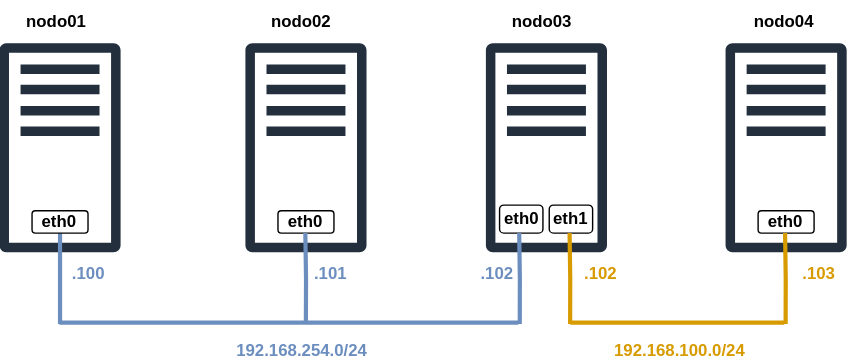
The draw.io diagram images/cms/n2x-io/web/blog/articles/linux-virtual-file-systems/network-topology.svg in n2x-io/assets, before a commit. Source tidied: cells renumbered, new cells last; positions are measured from the earlier drawing's top-left corner, leaving out a move shared by most shapes.
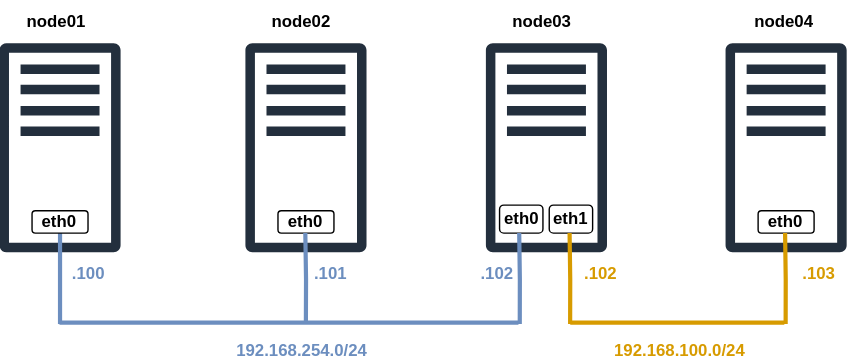
After the change.

Commit message:
fix: images linux-virtual-file-systems

What changed in the source:
```diff
@@ -13,7 +13,7 @@
     <mxCell id="4" value="&lt;b&gt;&lt;font&gt;eth0&lt;/font&gt;&lt;/b&gt;" style="rounded=1;whiteSpace=wrap;html=1;" parent="1" vertex="1">
       <mxGeometry x="23.4" y="150" width="40" height="16" as="geometry" />
     </mxCell>
-    <mxCell id="5" value="&lt;b&gt;&lt;font&gt;nodo01&lt;/font&gt;&lt;/b&gt;" style="text;html=1;align=center;verticalAlign=middle;whiteSpace=wrap;rounded=0;" parent="1" vertex="1">
+    <mxCell id="5" value="&lt;b&gt;&lt;font&gt;node01&lt;/font&gt;&lt;/b&gt;" style="text;html=1;align=center;verticalAlign=middle;whiteSpace=wrap;rounded=0;" parent="1" vertex="1">
       <mxGeometry x="10.5" width="60" height="30" as="geometry" />
     </mxCell>
     <mxCell id="6" style="sketch=0;fontColor=#232F3E;gradientColor=none;fillColor=#232F3D;strokeColor=none;dashed=0;verticalLabelPosition=bottom;verticalAlign=top;align=center;html=1;fontSize=12;fontStyle=0;shape=mxgraph.aws4.traditional_server;" parent="1" vertex="1">
@@ -22,7 +22,7 @@
     <mxCell id="7" value="&lt;b&gt;&lt;font&gt;eth0&lt;/font&gt;&lt;/b&gt;" style="rounded=1;whiteSpace=wrap;html=1;" parent="1" vertex="1">
       <mxGeometry x="199.1" y="150" width="40" height="16" as="geometry" />
     </mxCell>
-    <mxCell id="8" value="&lt;b&gt;&lt;font&gt;nodo02&lt;/font&gt;&lt;/b&gt;" style="text;html=1;align=center;verticalAlign=middle;whiteSpace=wrap;rounded=0;" parent="1" vertex="1">
+    <mxCell id="8" value="&lt;b&gt;&lt;font style=&quot;color: light-dark(rgb(0, 0, 0), rgb(255, 255, 255));&quot;&gt;node02&lt;/font&gt;&lt;/b&gt;" style="text;html=1;align=center;verticalAlign=middle;whiteSpace=wrap;rounded=0;" parent="1" vertex="1">
       <mxGeometry x="186.3" width="60" height="30" as="geometry" />
     </mxCell>
     <mxCell id="9" style="sketch=0;fontColor=#232F3E;gradientColor=none;fillColor=#232F3D;strokeColor=none;dashed=0;verticalLabelPosition=bottom;verticalAlign=top;align=center;html=1;fontSize=12;fontStyle=0;shape=mxgraph.aws4.traditional_server;" parent="1" vertex="1">
@@ -31,7 +31,7 @@
     <mxCell id="10" value="&lt;b&gt;&lt;font&gt;eth0&lt;/font&gt;&lt;/b&gt;" style="rounded=1;whiteSpace=wrap;html=1;" parent="1" vertex="1">
       <mxGeometry x="357.5" y="146" width="31" height="20" as="geometry" />
     </mxCell>
-    <mxCell id="11" value="&lt;b&gt;&lt;font&gt;nodo03&lt;/font&gt;&lt;/b&gt;" style="text;html=1;align=center;verticalAlign=middle;whiteSpace=wrap;rounded=0;" parent="1" vertex="1">
+    <mxCell id="11" value="&lt;b&gt;&lt;font style=&quot;color: light-dark(rgb(0, 0, 0), rgb(255, 255, 255));&quot;&gt;node03&lt;/font&gt;&lt;/b&gt;" style="text;html=1;align=center;verticalAlign=middle;whiteSpace=wrap;rounded=0;" parent="1" vertex="1">
       <mxGeometry x="358.1" width="60" height="30" as="geometry" />
     </mxCell>
     <mxCell id="12" style="sketch=0;fontColor=#232F3E;gradientColor=none;fillColor=#232F3D;strokeColor=none;dashed=0;verticalLabelPosition=bottom;verticalAlign=top;align=center;html=1;fontSize=12;fontStyle=0;shape=mxgraph.aws4.traditional_server;" parent="1" vertex="1">
@@ -40,7 +40,7 @@
     <mxCell id="13" value="&lt;b&gt;&lt;font&gt;eth0&lt;/font&gt;&lt;/b&gt;" style="rounded=1;whiteSpace=wrap;html=1;" parent="1" vertex="1">
       <mxGeometry x="542.3" y="150" width="40" height="16" as="geometry" />
     </mxCell>
-    <mxCell id="14" value="&lt;b&gt;&lt;font&gt;nodo04&lt;/font&gt;&lt;/b&gt;" style="text;html=1;align=center;verticalAlign=middle;whiteSpace=wrap;rounded=0;" parent="1" vertex="1">
+    <mxCell id="14" value="&lt;b&gt;&lt;font style=&quot;color: light-dark(rgb(0, 0, 0), rgb(255, 255, 255));&quot;&gt;node04&lt;/font&gt;&lt;/b&gt;" style="text;html=1;align=center;verticalAlign=middle;whiteSpace=wrap;rounded=0;" parent="1" vertex="1">
       <mxGeometry x="531.4" width="60" height="30" as="geometry" />
     </mxCell>
     <mxCell id="15" style="endArrow=none;html=1;rounded=0;strokeWidth=3;strokeColor=#6C8EBF;" parent="1" edge="1">
```
